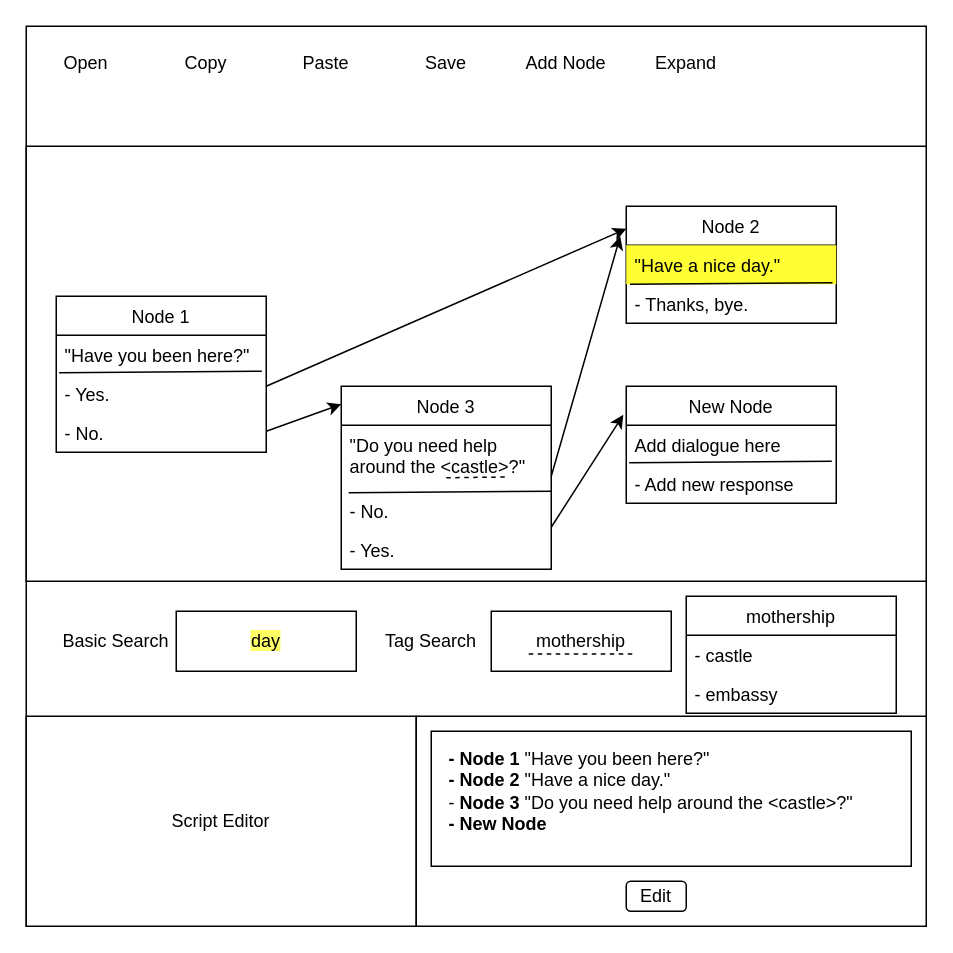
The draw.io diagram Wireframes/poject_ilmatar_phase2_wireframeDialogue_useCase_20210822.drawio in RPG-Research/bcirpg, before the edit. Source tidied: cells renumbered, new cells numbered last; positions are measured from the earlier drawing's top-left corner, leaving out a move shared by most shapes. Both pictures are drawn from the tidied source at 150%, with x=0, y=0 at pixel (26, 26).
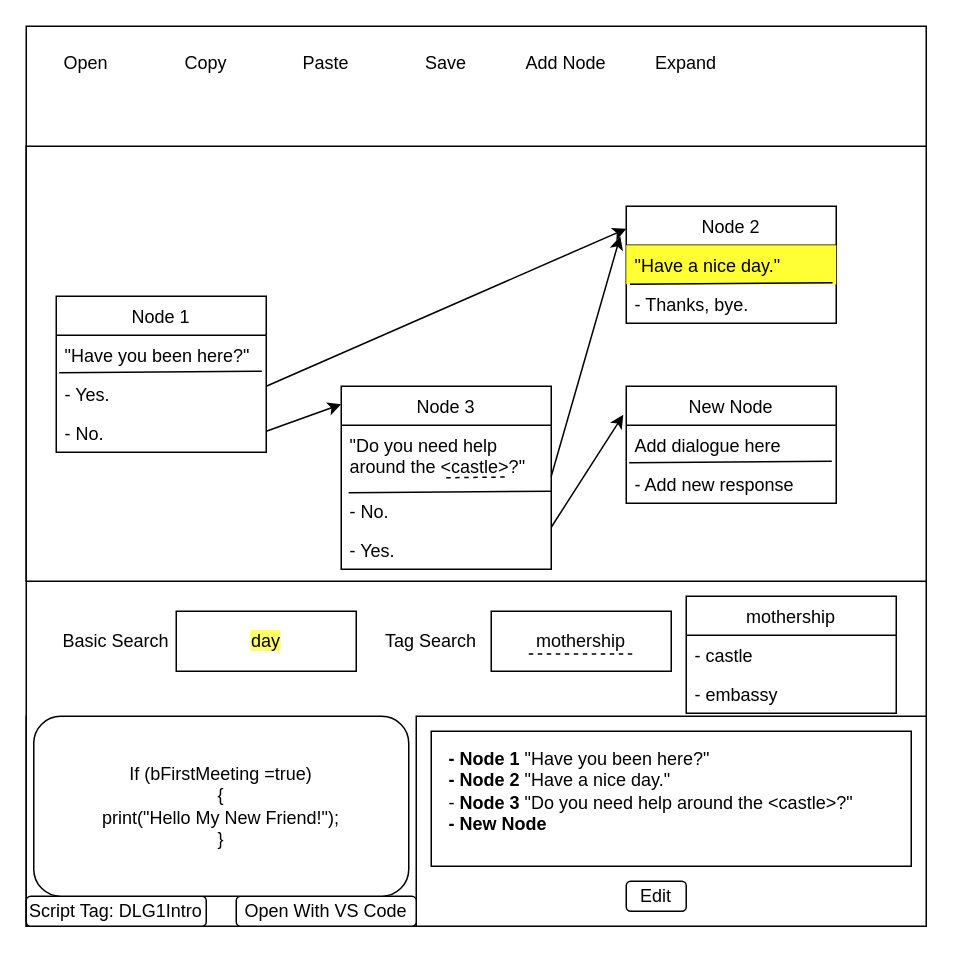
The same page after the edit.

Commit message:
Update for the dilaog use case

Diff of the diagram source:
```diff
@@
+    <mxCell id="46" style="rounded=0;whiteSpace=wrap;html=1;" parent="1" vertex="1">
+      <mxGeometry y="460" width="260" height="140" as="geometry" />
+    </mxCell>
@@
-    <mxCell id="9" value="Script Editor" style="rounded=0;whiteSpace=wrap;html=1;" parent="1" vertex="1">
-      <mxGeometry y="460" width="260" height="140" as="geometry" />
-    </mxCell>
@@
+    <mxCell id="47" value="Open With VS Code" style="rounded=1;whiteSpace=wrap;html=1;" parent="1" vertex="1">
+      <mxGeometry x="140" y="580" width="120" height="20" as="geometry" />
+    </mxCell>
+    <mxCell id="48" value="Script Tag: DLG1Intro" style="rounded=1;whiteSpace=wrap;html=1;" parent="1" vertex="1">
+      <mxGeometry y="580" width="120" height="20" as="geometry" />
+    </mxCell>
+    <mxCell id="49" value="If (bFirstMeeting =true)&lt;br&gt;{&lt;br&gt;print(&quot;Hello My New Friend!&quot;);&lt;br&gt;}" style="rounded=1;whiteSpace=wrap;html=1;" parent="1" vertex="1">
+      <mxGeometry x="5" y="460" width="250" height="120" as="geometry" />
+    </mxCell>
```
